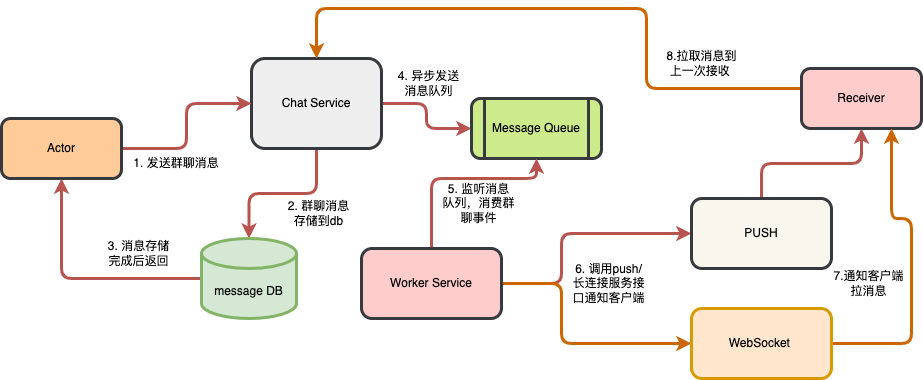
Above: groupchat.drawio.png in anriclee/diagramStorage (draw.io), before the change. Source tidied: cells renumbered, new cells last; positions are measured from the earlier drawing's top-left corner, leaving out a move shared by most shapes.
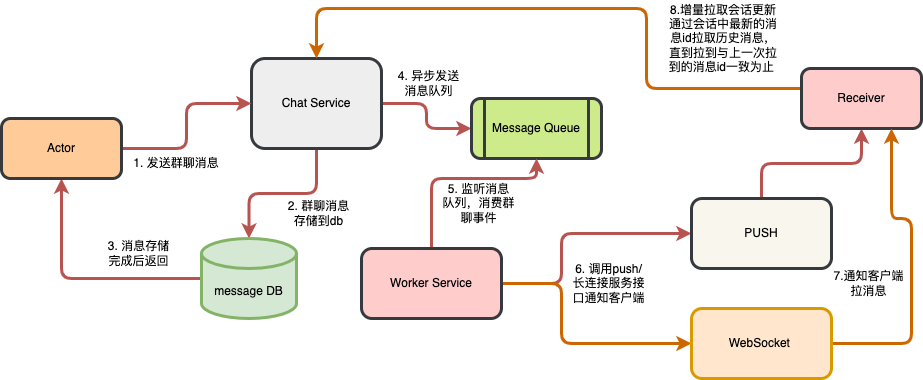
The same diagram one commit later.

The edit, as a diff of the source:
```diff
@@ -92,8 +92,8 @@
     <mxCell id="24" value="7.通知客户端拉消息" style="text;html=1;strokeColor=none;fillColor=none;align=center;verticalAlign=middle;whiteSpace=wrap;rounded=1;" parent="1" vertex="1">
       <mxGeometry x="830" y="260" width="75" height="30" as="geometry" />
     </mxCell>
-    <mxCell id="25" value="8.拉取消息到上一次接收&amp;nbsp;" style="text;html=1;strokeColor=none;fillColor=none;align=center;verticalAlign=middle;whiteSpace=wrap;rounded=1;" parent="1" vertex="1">
-      <mxGeometry x="662.5" y="40" width="75" height="30" as="geometry" />
+    <mxCell id="25" value="8.增量拉取会话更新&lt;br&gt;通过会话中最新的消息id拉取历史消息，直到拉到与上一次拉到的消息id一致为止&amp;nbsp;" style="text;html=1;strokeColor=none;fillColor=none;align=center;verticalAlign=middle;whiteSpace=wrap;rounded=1;" parent="1" vertex="1">
+      <mxGeometry x="662.5" width="117.5" height="60" as="geometry" />
     </mxCell>
     <mxCell id="26" style="edgeStyle=orthogonalEdgeStyle;shape=connector;rounded=1;sketch=0;jettySize=auto;html=1;entryX=0.75;entryY=1;entryDx=0;entryDy=0;shadow=0;labelBackgroundColor=default;fontFamily=Helvetica;fontSize=11;fontColor=default;endArrow=classic;strokeColor=#CC6600;strokeWidth=3;" parent="1" edge="1" source="27" target="19">
       <mxGeometry relative="1" as="geometry">
```
